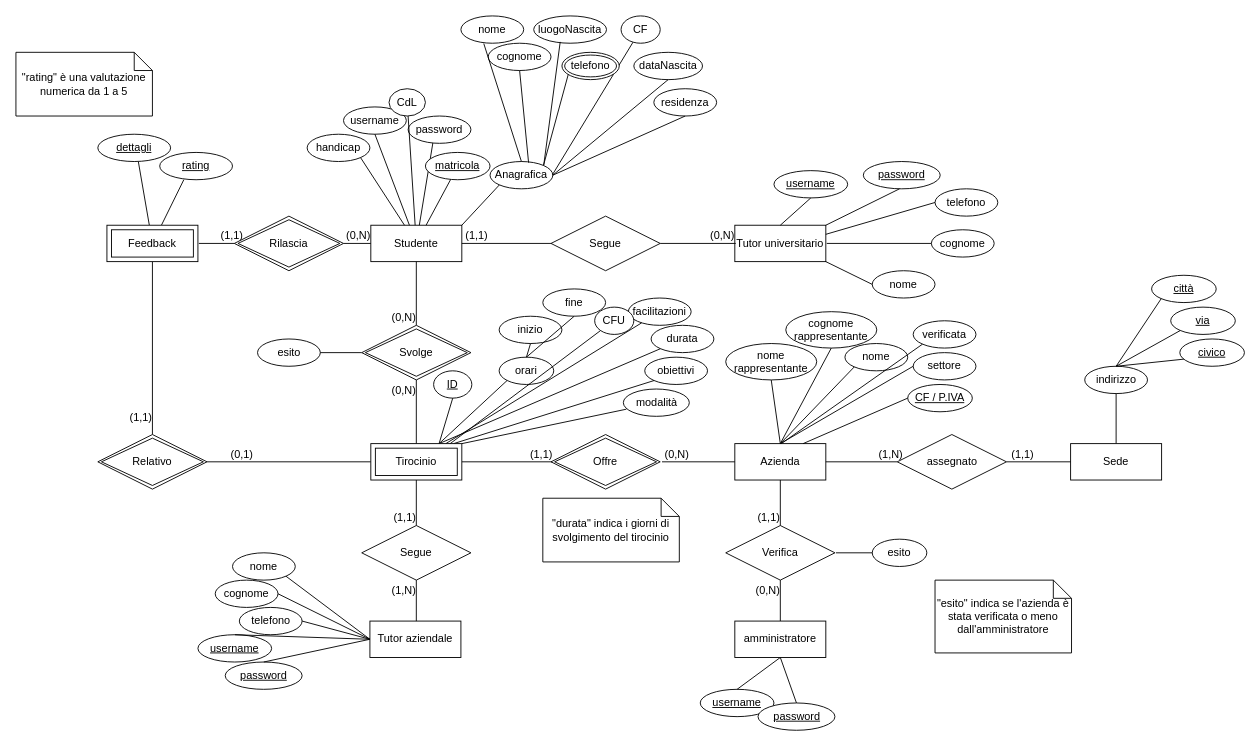
Carmine-Pittella/Lab_dati_MySQL keeps this draw.io diagram as page "Tirocini_ER" (1 of 2) of Tirocini ER.drawio. Above is the earlier version. Source tidied: cells renumbered, new cells numbered last; positions are measured from the earlier drawing's top-left corner, leaving out a move shared by most shapes. Both pictures are drawn from the tidied source at 91%, with x=0, y=0 at pixel (15, 15).
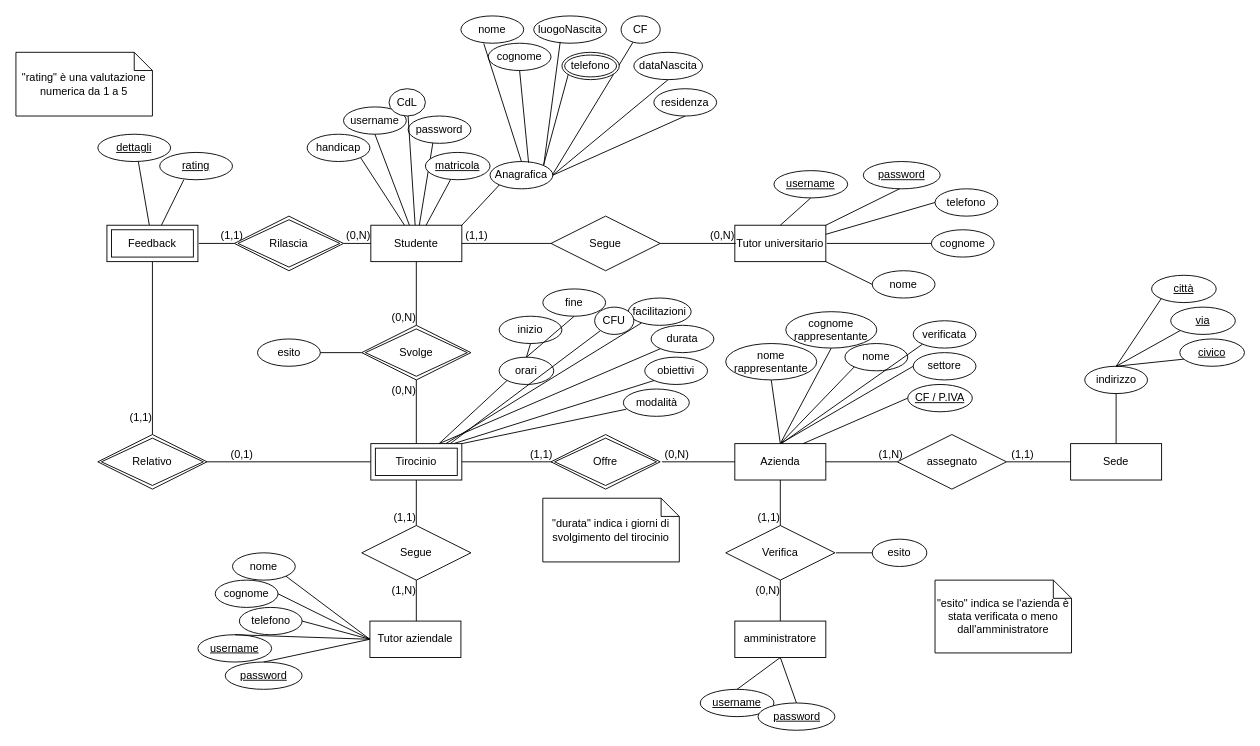
After the change.

What changed in the source:
```diff
@@
-    <mxCell id="108" value="ID" style="ellipse;whiteSpace=wrap;html=1;align=center;fontStyle=4;" parent="1" vertex="1">
-      <mxGeometry x="459" y="390" width="42" height="30" as="geometry" />
-    </mxCell>
-    <mxCell id="109" style="endArrow=none;html=1;entryX=0.5;entryY=1;entryDx=0;entryDy=0;exitX=0.75;exitY=0;exitDx=0;exitDy=0;" parent="1" edge="1" target="108">
-      <mxGeometry relative="1" as="geometry">
-        <mxPoint x="465" y="470" as="sourcePoint" />
-      </mxGeometry>
-    </mxCell>
```
